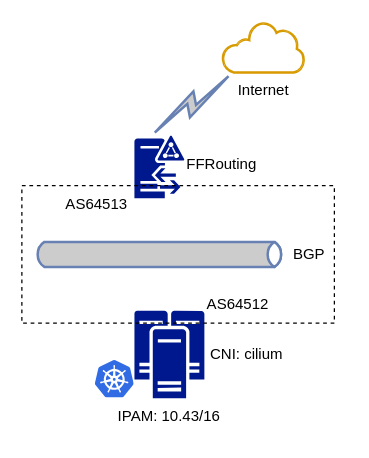
Above: cilium-BGP.drawio in pitimon/cilium-bgp (draw.io), before the change. Source tidied: cells renumbered, new cells numbered last; positions are measured from the earlier drawing's top-left corner, leaving out a move shared by most shapes. Both pictures are drawn from the tidied source at 125%, with x=0, y=0 at pixel (21, 21).
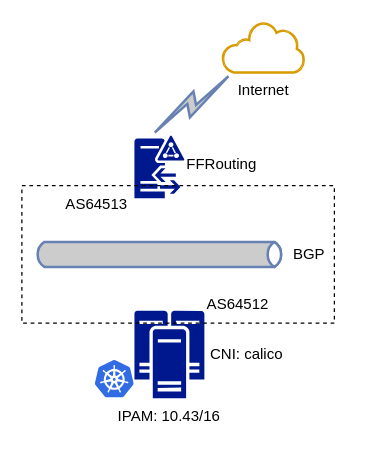
The same page after the edit.

Diff of the diagram source:
```diff
@@
 <mxGraphModel>
   <root>
     <mxCell id="0" />
     <mxCell id="1" parent="0" />
     <mxCell id="2" style="image;sketch=0;html=1;align=center;fontSize=12;image=img/lib/mscae/Kubernetes.svg;" parent="1" vertex="1">
       <mxGeometry x="58.8" y="271" width="31.2" height="30" as="geometry" />
     </mxCell>
     <mxCell id="3" style="sketch=0;shadow=0;dashed=0;html=1;strokeColor=none;labelPosition=center;verticalLabelPosition=bottom;verticalAlign=top;align=center;fillColor=#00188D;shape=mxgraph.mscae.enterprise.cluster_server;" parent="1" vertex="1">
       <mxGeometry x="90" y="231" width="56" height="70" as="geometry" />
     </mxCell>
     <mxCell id="4" style="sketch=0;shadow=0;dashed=0;html=1;strokeColor=none;labelPosition=center;verticalLabelPosition=bottom;verticalAlign=top;align=center;fillColor=#00188D;shape=mxgraph.mscae.enterprise.d;" parent="1" vertex="1">
       <mxGeometry x="90" y="91" width="40" height="50" as="geometry" />
     </mxCell>
     <mxCell id="5" style="rounded=0;whiteSpace=wrap;html=1;dashed=1;fillColor=none;" parent="1" vertex="1">
       <mxGeometry y="131" width="250" height="110" as="geometry" />
     </mxCell>
-    <mxCell id="6" value="CNI: cilium" style="text;html=1;align=center;verticalAlign=middle;whiteSpace=wrap;rounded=0;" parent="1" vertex="1">
+    <mxCell id="6" value="CNI: calico" style="text;html=1;align=center;verticalAlign=middle;whiteSpace=wrap;rounded=0;" parent="1" vertex="1">
       <mxGeometry x="150" y="251" width="60" height="30" as="geometry" />
     </mxCell>
     <mxCell id="7" value="BGP" style="text;html=1;align=center;verticalAlign=middle;whiteSpace=wrap;rounded=0;" parent="1" vertex="1">
       <mxGeometry x="200" y="171" width="60" height="30" as="geometry" />
     </mxCell>
     <mxCell id="8" value="Internet" style="sketch=0;shadow=0;dashed=0;html=1;strokeColor=#d79b00;labelPosition=center;verticalLabelPosition=bottom;verticalAlign=top;align=center;fillColor=#ffe6cc;shape=mxgraph.mscae.enterprise.internet_hollow;" parent="1" vertex="1">
       <mxGeometry x="160" width="66.1" height="41" as="geometry" />
     </mxCell>
     <mxCell id="9" value="AS64512" style="text;html=1;align=center;verticalAlign=middle;whiteSpace=wrap;rounded=0;" parent="1" vertex="1">
       <mxGeometry x="143.1" y="211" width="60" height="30" as="geometry" />
     </mxCell>
     <mxCell id="10" value="AS64513" style="text;html=1;align=center;verticalAlign=middle;whiteSpace=wrap;rounded=0;" parent="1" vertex="1">
       <mxGeometry x="30" y="131" width="60" height="30" as="geometry" />
     </mxCell>
     <mxCell id="11" style="html=1;fillColor=#CCCCCC;strokeColor=#6881B3;gradientColor=none;gradientDirection=north;strokeWidth=2;shape=mxgraph.networks.bus;gradientColor=none;gradientDirection=north;fontColor=#ffffff;perimeter=backbonePerimeter;backboneSize=20;" parent="1" vertex="1">
       <mxGeometry x="10" y="181" width="200" height="10" as="geometry" />
     </mxCell>
     <mxCell id="12" style="html=1;outlineConnect=0;fillColor=#CCCCCC;strokeColor=#6881B3;gradientColor=none;gradientDirection=north;strokeWidth=2;shape=mxgraph.networks.comm_link_edge;html=1;rounded=0;entryX=0.13;entryY=1;entryDx=0;entryDy=0;entryPerimeter=0;" parent="1" edge="1" target="8">
       <mxGeometry relative="1" as="geometry">
         <mxPoint x="103.1" y="91" as="sourcePoint" />
       </mxGeometry>
     </mxCell>
     <mxCell id="13" value="IPAM: 10.43/16" style="text;html=1;align=center;verticalAlign=middle;whiteSpace=wrap;rounded=0;" parent="1" vertex="1">
       <mxGeometry x="73" y="301" width="90" height="30" as="geometry" />
     </mxCell>
     <mxCell id="14" value="FFRouting" style="text;html=1;align=center;verticalAlign=middle;whiteSpace=wrap;rounded=0;" parent="1" vertex="1">
       <mxGeometry x="130" y="99" width="60" height="30" as="geometry" />
     </mxCell>
   </root>
 </mxGraphModel>
```
